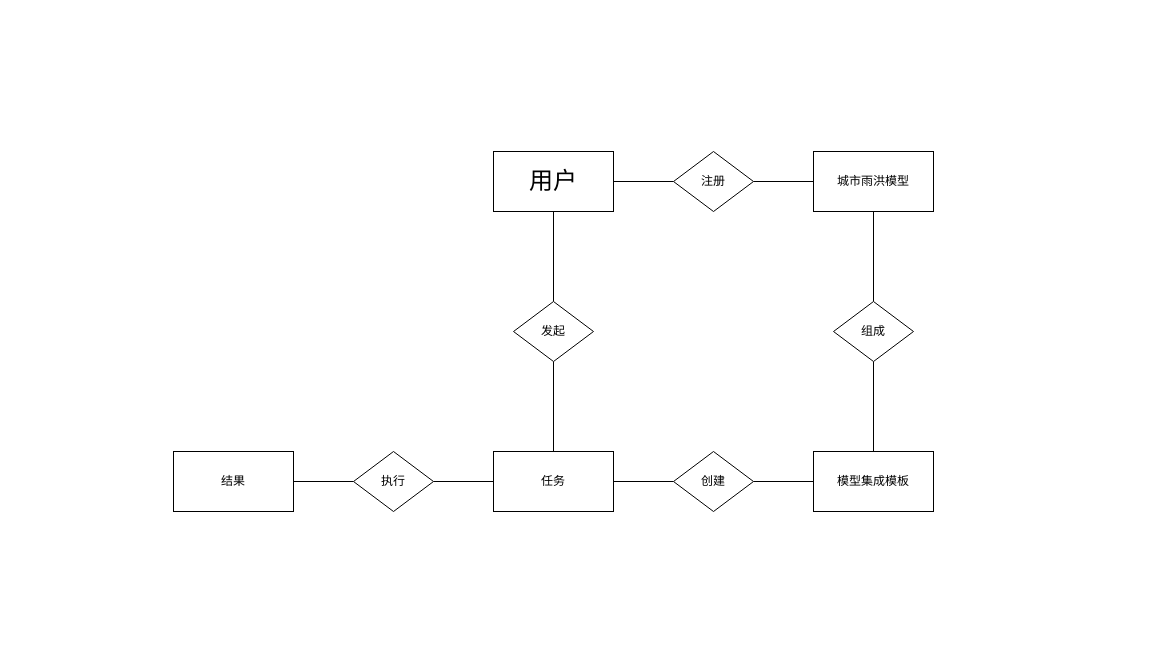
Before: E-R3.9.drawio in liujing-maker/IDEA, a draw.io diagram. Source tidied: cells renumbered, new cells numbered last; positions are measured from the earlier drawing's top-left corner, leaving out a move shared by most shapes. Both pictures are drawn from the tidied source at 100%, with x=0, y=0 at pixel (173, 151).
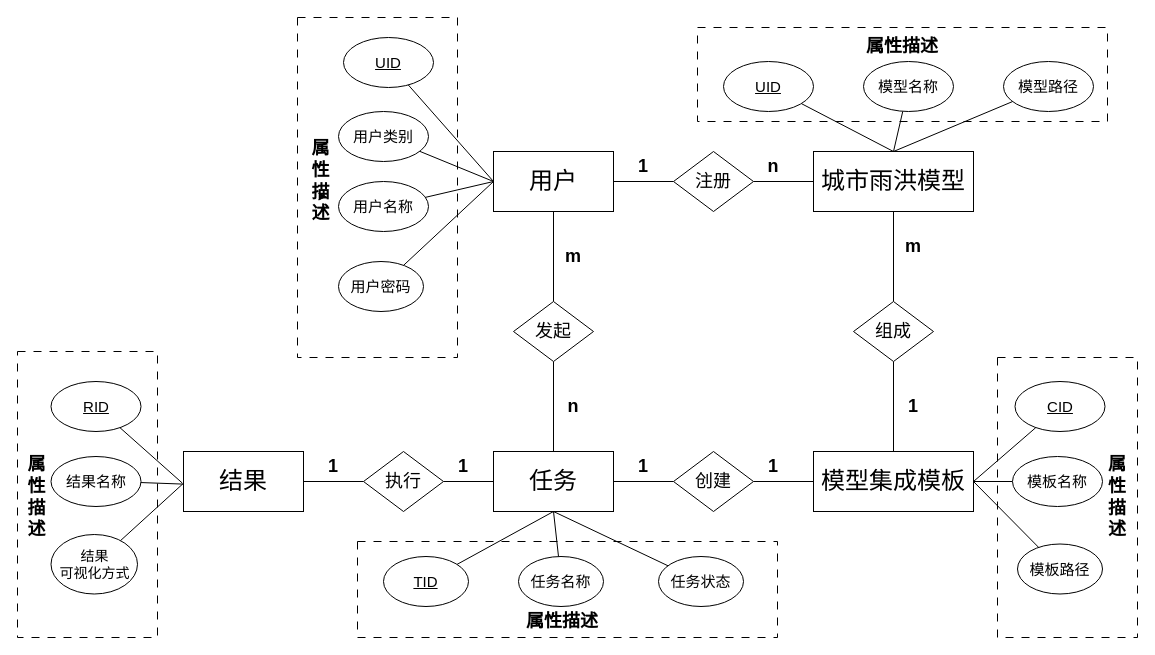
After the change.

Unchanged cells that the change refers to:
```xml
<mxCell id="4" value="&lt;font style=&quot;font-size: 24px;&quot;&gt;用户&lt;/font&gt;" style="rounded=0;whiteSpace=wrap;html=1;" parent="1" vertex="1">
  <mxGeometry x="320" width="120" height="60" as="geometry" />
</mxCell>
```

Change to the diagram source:
```diff
@@
+    <mxCell id="22" style="rounded=0;whiteSpace=wrap;html=1;fontFamily=Helvetica;fontSize=11;fontColor=default;labelBackgroundColor=default;dashed=1;dashPattern=8 8;" parent="1" vertex="1">
+      <mxGeometry x="124" y="-134" width="160" height="340" as="geometry" />
+    </mxCell>
+    <mxCell id="23" style="rounded=0;whiteSpace=wrap;html=1;fontFamily=Helvetica;fontSize=11;fontColor=default;labelBackgroundColor=default;dashed=1;dashPattern=8 8;" parent="1" vertex="1">
+      <mxGeometry x="-156" y="200" width="140" height="286" as="geometry" />
+    </mxCell>
+    <mxCell id="24" style="rounded=0;whiteSpace=wrap;html=1;fontFamily=Helvetica;fontSize=11;fontColor=default;labelBackgroundColor=default;dashed=1;dashPattern=8 8;" parent="1" vertex="1">
+      <mxGeometry x="184" y="390" width="420" height="96" as="geometry" />
+    </mxCell>
+    <mxCell id="25" style="rounded=0;whiteSpace=wrap;html=1;fontFamily=Helvetica;fontSize=11;fontColor=default;labelBackgroundColor=default;dashed=1;dashPattern=8 8;" parent="1" vertex="1">
+      <mxGeometry x="524" y="-124" width="410" height="94" as="geometry" />
+    </mxCell>
+    <mxCell id="26" style="rounded=0;whiteSpace=wrap;html=1;fontFamily=Helvetica;fontSize=11;fontColor=default;labelBackgroundColor=default;dashed=1;dashPattern=8 8;" parent="1" vertex="1">
+      <mxGeometry x="824" y="206" width="140" height="280" as="geometry" />
+    </mxCell>
@@
-    <mxCell id="6" value="任务" style="rounded=0;whiteSpace=wrap;html=1;" parent="1" vertex="1">
+    <mxCell id="6" value="&lt;font style=&quot;font-size: 24px;&quot;&gt;任务&lt;/font&gt;" style="rounded=0;whiteSpace=wrap;html=1;" parent="1" vertex="1">
       <mxGeometry x="320" y="300" width="120" height="60" as="geometry" />
     </mxCell>
@@
-    <mxCell id="8" value="模型集成模板" style="rounded=0;whiteSpace=wrap;html=1;" parent="1" vertex="1">
-      <mxGeometry x="640" y="300" width="120" height="60" as="geometry" />
+    <mxCell id="8" value="&lt;font style=&quot;font-size: 24px;&quot;&gt;模型集成模板&lt;/font&gt;" style="rounded=0;whiteSpace=wrap;html=1;" parent="1" vertex="1">
+      <mxGeometry x="640" y="300" width="160" height="60" as="geometry" />
     </mxCell>
@@
-    <mxCell id="10" value="城市雨洪模型" style="rounded=0;whiteSpace=wrap;html=1;" parent="1" vertex="1">
-      <mxGeometry x="640" width="120" height="60" as="geometry" />
+    <mxCell id="10" value="&lt;font style=&quot;font-size: 24px;&quot;&gt;城市雨洪模型&lt;/font&gt;" style="rounded=0;whiteSpace=wrap;html=1;" parent="1" vertex="1">
+      <mxGeometry x="640" width="160" height="60" as="geometry" />
     </mxCell>
@@
-    <mxCell id="12" value="注册" style="rhombus;whiteSpace=wrap;html=1;" parent="1" vertex="1">
+    <mxCell id="12" value="&lt;font style=&quot;font-size: 18px;&quot;&gt;注册&lt;/font&gt;" style="rhombus;whiteSpace=wrap;html=1;" parent="1" vertex="1">
       <mxGeometry x="500" width="80" height="60" as="geometry" />
     </mxCell>
@@
-    <mxCell id="14" value="组成" style="rhombus;whiteSpace=wrap;html=1;" parent="1" vertex="1">
-      <mxGeometry x="660" y="150" width="80" height="60" as="geometry" />
+    <mxCell id="14" value="&lt;font style=&quot;font-size: 18px;&quot;&gt;组成&lt;/font&gt;" style="rhombus;whiteSpace=wrap;html=1;" parent="1" vertex="1">
+      <mxGeometry x="680" y="150" width="80" height="60" as="geometry" />
     </mxCell>
@@
-    <mxCell id="16" value="创建" style="rhombus;whiteSpace=wrap;html=1;" parent="1" vertex="1">
+    <mxCell id="16" value="&lt;font style=&quot;font-size: 18px;&quot;&gt;创建&lt;/font&gt;" style="rhombus;whiteSpace=wrap;html=1;" parent="1" vertex="1">
       <mxGeometry x="500" y="300" width="80" height="60" as="geometry" />
     </mxCell>
@@
-    <mxCell id="18" value="执行" style="rhombus;whiteSpace=wrap;html=1;" parent="1" vertex="1">
-      <mxGeometry x="180" y="300" width="80" height="60" as="geometry" />
+    <mxCell id="18" value="&lt;font style=&quot;font-size: 18px;&quot;&gt;执行&lt;/font&gt;" style="rhombus;whiteSpace=wrap;html=1;" parent="1" vertex="1">
+      <mxGeometry x="190" y="300" width="80" height="60" as="geometry" />
     </mxCell>
-    <mxCell id="19" value="结果" style="rounded=0;whiteSpace=wrap;html=1;" parent="1" vertex="1">
-      <mxGeometry y="300" width="120" height="60" as="geometry" />
+    <mxCell id="19" value="&lt;font style=&quot;font-size: 24px;&quot;&gt;结果&lt;/font&gt;" style="rounded=0;whiteSpace=wrap;html=1;" parent="1" vertex="1">
+      <mxGeometry x="10" y="300" width="120" height="60" as="geometry" />
     </mxCell>
@@
-    <mxCell id="21" value="发起" style="rhombus;whiteSpace=wrap;html=1;" parent="1" vertex="1">
+    <mxCell id="21" value="&lt;font style=&quot;font-size: 18px;&quot;&gt;发起&lt;/font&gt;" style="rhombus;whiteSpace=wrap;html=1;" parent="1" vertex="1">
       <mxGeometry x="340" y="150" width="80" height="60" as="geometry" />
     </mxCell>
+    <mxCell id="27" value="&lt;font style=&quot;font-size: 18px;&quot;&gt;&lt;b&gt;m&lt;/b&gt;&lt;/font&gt;" style="text;html=1;align=center;verticalAlign=middle;whiteSpace=wrap;rounded=0;fontFamily=Helvetica;fontSize=11;fontColor=default;labelBackgroundColor=default;" parent="1" vertex="1">
+      <mxGeometry x="370" y="90" width="60" height="30" as="geometry" />
+    </mxCell>
+    <mxCell id="28" value="&lt;font style=&quot;font-size: 18px;&quot;&gt;&lt;b&gt;n&lt;/b&gt;&lt;/font&gt;" style="text;html=1;align=center;verticalAlign=middle;whiteSpace=wrap;rounded=0;fontFamily=Helvetica;fontSize=11;fontColor=default;labelBackgroundColor=default;" parent="1" vertex="1">
+      <mxGeometry x="370" y="240" width="60" height="30" as="geometry" />
+    </mxCell>
+    <mxCell id="29" value="&lt;font style=&quot;font-size: 18px;&quot;&gt;&lt;b&gt;1&lt;/b&gt;&lt;/font&gt;" style="text;html=1;align=center;verticalAlign=middle;whiteSpace=wrap;rounded=0;fontFamily=Helvetica;fontSize=11;fontColor=default;labelBackgroundColor=default;" parent="1" vertex="1">
+      <mxGeometry x="440" y="300" width="60" height="30" as="geometry" />
+    </mxCell>
+    <mxCell id="30" value="&lt;font style=&quot;font-size: 18px;&quot;&gt;&lt;b&gt;1&lt;/b&gt;&lt;/font&gt;" style="text;html=1;align=center;verticalAlign=middle;whiteSpace=wrap;rounded=0;fontFamily=Helvetica;fontSize=11;fontColor=default;labelBackgroundColor=default;" parent="1" vertex="1">
+      <mxGeometry x="570" y="300" width="60" height="30" as="geometry" />
+    </mxCell>
+    <mxCell id="31" value="&lt;font style=&quot;font-size: 18px;&quot;&gt;&lt;b&gt;1&lt;/b&gt;&lt;/font&gt;" style="text;html=1;align=center;verticalAlign=middle;whiteSpace=wrap;rounded=0;fontFamily=Helvetica;fontSize=11;fontColor=default;labelBackgroundColor=default;" parent="1" vertex="1">
+      <mxGeometry x="710" y="240" width="60" height="30" as="geometry" />
+    </mxCell>
+    <mxCell id="32" value="&lt;font style=&quot;font-size: 18px;&quot;&gt;&lt;b&gt;m&lt;/b&gt;&lt;/font&gt;" style="text;html=1;align=center;verticalAlign=middle;whiteSpace=wrap;rounded=0;fontFamily=Helvetica;fontSize=11;fontColor=default;labelBackgroundColor=default;" parent="1" vertex="1">
+      <mxGeometry x="710" y="80" width="60" height="30" as="geometry" />
+    </mxCell>
+    <mxCell id="33" value="&lt;font style=&quot;font-size: 18px;&quot;&gt;&lt;b&gt;1&lt;/b&gt;&lt;/font&gt;" style="text;html=1;align=center;verticalAlign=middle;whiteSpace=wrap;rounded=0;fontFamily=Helvetica;fontSize=11;fontColor=default;labelBackgroundColor=default;" parent="1" vertex="1">
+      <mxGeometry x="260" y="300" width="60" height="30" as="geometry" />
+    </mxCell>
+    <mxCell id="34" value="&lt;font style=&quot;font-size: 18px;&quot;&gt;&lt;b&gt;1&lt;/b&gt;&lt;/font&gt;" style="text;html=1;align=center;verticalAlign=middle;whiteSpace=wrap;rounded=0;fontFamily=Helvetica;fontSize=11;fontColor=default;labelBackgroundColor=default;" parent="1" vertex="1">
+      <mxGeometry x="130" y="300" width="60" height="30" as="geometry" />
+    </mxCell>
+    <mxCell id="35" value="&lt;font style=&quot;font-size: 18px;&quot;&gt;&lt;b&gt;1&lt;/b&gt;&lt;/font&gt;" style="text;html=1;align=center;verticalAlign=middle;whiteSpace=wrap;rounded=0;fontFamily=Helvetica;fontSize=11;fontColor=default;labelBackgroundColor=default;" parent="1" vertex="1">
+      <mxGeometry x="440" width="60" height="30" as="geometry" />
+    </mxCell>
+    <mxCell id="36" value="&lt;font style=&quot;font-size: 18px;&quot;&gt;&lt;b&gt;n&lt;/b&gt;&lt;/font&gt;" style="text;html=1;align=center;verticalAlign=middle;whiteSpace=wrap;rounded=0;fontFamily=Helvetica;fontSize=11;fontColor=default;labelBackgroundColor=default;" parent="1" vertex="1">
+      <mxGeometry x="570" width="60" height="30" as="geometry" />
+    </mxCell>
+    <mxCell id="37" style="edgeStyle=none;rounded=0;jettySize=auto;html=1;entryX=0;entryY=0.5;entryDx=0;entryDy=0;strokeColor=default;align=center;verticalAlign=middle;fontFamily=Helvetica;fontSize=11;fontColor=default;labelBackgroundColor=default;endArrow=none;endFill=0;" parent="1" edge="1" source="38" target="4">
+      <mxGeometry relative="1" as="geometry" />
+    </mxCell>
+    <mxCell id="38" value="&lt;font style=&quot;font-size: 15px;&quot;&gt;&lt;u&gt;UID&lt;/u&gt;&lt;/font&gt;" style="ellipse;whiteSpace=wrap;html=1;fontFamily=Helvetica;fontSize=11;fontColor=default;labelBackgroundColor=default;" parent="1" vertex="1">
+      <mxGeometry x="170" y="-114" width="90" height="50" as="geometry" />
+    </mxCell>
+    <mxCell id="39" style="edgeStyle=none;rounded=0;jettySize=auto;html=1;strokeColor=default;align=center;verticalAlign=middle;fontFamily=Helvetica;fontSize=11;fontColor=default;labelBackgroundColor=default;endArrow=none;endFill=0;entryX=0;entryY=0.5;entryDx=0;entryDy=0;" parent="1" edge="1" source="40" target="4">
+      <mxGeometry relative="1" as="geometry" />
+    </mxCell>
+    <mxCell id="40" value="&lt;font style=&quot;font-size: 15px;&quot;&gt;用户名称&lt;/font&gt;" style="ellipse;whiteSpace=wrap;html=1;fontFamily=Helvetica;fontSize=11;fontColor=default;labelBackgroundColor=default;" parent="1" vertex="1">
+      <mxGeometry x="165" y="30" width="90" height="50" as="geometry" />
+    </mxCell>
+    <mxCell id="41" style="edgeStyle=none;rounded=0;jettySize=auto;html=1;entryX=0;entryY=0.5;entryDx=0;entryDy=0;strokeColor=default;align=center;verticalAlign=middle;fontFamily=Helvetica;fontSize=11;fontColor=default;labelBackgroundColor=default;endArrow=none;endFill=0;" parent="1" edge="1" source="42" target="4">
+      <mxGeometry relative="1" as="geometry" />
+    </mxCell>
+    <mxCell id="42" value="&lt;font style=&quot;font-size: 15px;&quot;&gt;用户密码&lt;/font&gt;" style="ellipse;whiteSpace=wrap;html=1;fontFamily=Helvetica;fontSize=11;fontColor=default;labelBackgroundColor=default;" parent="1" vertex="1">
+      <mxGeometry x="165" y="110" width="85" height="50" as="geometry" />
+    </mxCell>
+    <mxCell id="43" style="edgeStyle=none;rounded=0;jettySize=auto;html=1;entryX=0.5;entryY=0;entryDx=0;entryDy=0;strokeColor=default;align=center;verticalAlign=middle;fontFamily=Helvetica;fontSize=11;fontColor=default;labelBackgroundColor=default;endArrow=none;endFill=0;" parent="1" edge="1" source="44" target="10">
+      <mxGeometry relative="1" as="geometry" />
+    </mxCell>
+    <mxCell id="44" value="&lt;font style=&quot;font-size: 15px;&quot;&gt;&lt;u&gt;UID&lt;/u&gt;&lt;/font&gt;" style="ellipse;whiteSpace=wrap;html=1;fontFamily=Helvetica;fontSize=11;fontColor=default;labelBackgroundColor=default;" parent="1" vertex="1">
+      <mxGeometry x="550" y="-90" width="90" height="50" as="geometry" />
+    </mxCell>
+    <mxCell id="45" style="edgeStyle=none;rounded=0;jettySize=auto;html=1;entryX=0.5;entryY=0;entryDx=0;entryDy=0;strokeColor=default;align=center;verticalAlign=middle;fontFamily=Helvetica;fontSize=11;fontColor=default;labelBackgroundColor=default;endArrow=none;endFill=0;" parent="1" edge="1" source="46" target="10">
+      <mxGeometry relative="1" as="geometry" />
+    </mxCell>
+    <mxCell id="46" value="&lt;font style=&quot;font-size: 15px;&quot;&gt;模型名称&lt;/font&gt;" style="ellipse;whiteSpace=wrap;html=1;fontFamily=Helvetica;fontSize=11;fontColor=default;labelBackgroundColor=default;" parent="1" vertex="1">
+      <mxGeometry x="690" y="-90" width="90" height="50" as="geometry" />
+    </mxCell>
+    <mxCell id="47" style="edgeStyle=none;rounded=0;jettySize=auto;html=1;entryX=0.5;entryY=0;entryDx=0;entryDy=0;strokeColor=default;align=center;verticalAlign=middle;fontFamily=Helvetica;fontSize=11;fontColor=default;labelBackgroundColor=default;endArrow=none;endFill=0;" parent="1" edge="1" source="48" target="10">
+      <mxGeometry relative="1" as="geometry" />
+    </mxCell>
+    <mxCell id="48" value="&lt;font style=&quot;font-size: 15px;&quot;&gt;模型路径&lt;/font&gt;" style="ellipse;whiteSpace=wrap;html=1;fontFamily=Helvetica;fontSize=11;fontColor=default;labelBackgroundColor=default;" parent="1" vertex="1">
+      <mxGeometry x="830" y="-90" width="90" height="50" as="geometry" />
+    </mxCell>
+    <mxCell id="49" value="&lt;font style=&quot;font-size: 15px;&quot;&gt;&lt;u&gt;RID&lt;/u&gt;&lt;/font&gt;" style="ellipse;whiteSpace=wrap;html=1;fontFamily=Helvetica;fontSize=11;fontColor=default;labelBackgroundColor=default;" parent="1" vertex="1">
+      <mxGeometry x="-122.5" y="230" width="90" height="50" as="geometry" />
+    </mxCell>
+    <mxCell id="50" value="&lt;font style=&quot;font-size: 15px;&quot;&gt;结果名称&lt;/font&gt;" style="ellipse;whiteSpace=wrap;html=1;fontFamily=Helvetica;fontSize=11;fontColor=default;labelBackgroundColor=default;" parent="1" vertex="1">
+      <mxGeometry x="-122.5" y="305" width="90" height="50" as="geometry" />
+    </mxCell>
+    <mxCell id="51" value="&lt;font style=&quot;font-size: 14px;&quot;&gt;结果&lt;/font&gt;&lt;div&gt;&lt;font style=&quot;font-size: 14px;&quot;&gt;可视化方式&lt;/font&gt;&lt;/div&gt;" style="ellipse;whiteSpace=wrap;html=1;fontFamily=Helvetica;fontSize=11;fontColor=default;labelBackgroundColor=default;" parent="1" vertex="1">
+      <mxGeometry x="-122.5" y="383" width="86.5" height="59.5" as="geometry" />
+    </mxCell>
+    <mxCell id="52" style="edgeStyle=none;rounded=0;jettySize=auto;html=1;strokeColor=default;align=center;verticalAlign=middle;fontFamily=Helvetica;fontSize=11;fontColor=default;labelBackgroundColor=default;endArrow=none;endFill=0;entryX=-0.01;entryY=0.526;entryDx=0;entryDy=0;entryPerimeter=0;" parent="1" edge="1" source="49" target="19">
+      <mxGeometry relative="1" as="geometry" />
+    </mxCell>
+    <mxCell id="53" style="edgeStyle=none;rounded=0;jettySize=auto;html=1;strokeColor=default;align=center;verticalAlign=middle;fontFamily=Helvetica;fontSize=11;fontColor=default;labelBackgroundColor=default;endArrow=none;endFill=0;entryX=-0.006;entryY=0.543;entryDx=0;entryDy=0;entryPerimeter=0;" parent="1" edge="1" source="50" target="19">
+      <mxGeometry relative="1" as="geometry" />
+    </mxCell>
+    <mxCell id="54" style="edgeStyle=none;rounded=0;jettySize=auto;html=1;strokeColor=default;align=center;verticalAlign=middle;fontFamily=Helvetica;fontSize=11;fontColor=default;labelBackgroundColor=default;endArrow=none;endFill=0;entryX=-0.002;entryY=0.533;entryDx=0;entryDy=0;entryPerimeter=0;" parent="1" edge="1" source="51" target="19">
+      <mxGeometry relative="1" as="geometry" />
+    </mxCell>
+    <mxCell id="55" style="edgeStyle=none;rounded=0;jettySize=auto;html=1;entryX=0.5;entryY=1;entryDx=0;entryDy=0;strokeColor=default;align=center;verticalAlign=middle;fontFamily=Helvetica;fontSize=11;fontColor=default;labelBackgroundColor=default;endArrow=none;endFill=0;" parent="1" edge="1" source="56" target="6">
+      <mxGeometry relative="1" as="geometry" />
+    </mxCell>
+    <mxCell id="56" value="&lt;font style=&quot;font-size: 15px;&quot;&gt;&lt;u&gt;TID&lt;/u&gt;&lt;/font&gt;" style="ellipse;whiteSpace=wrap;html=1;fontFamily=Helvetica;fontSize=11;fontColor=default;labelBackgroundColor=default;" parent="1" vertex="1">
+      <mxGeometry x="210" y="405" width="85" height="50" as="geometry" />
+    </mxCell>
+    <mxCell id="57" style="edgeStyle=none;rounded=0;jettySize=auto;html=1;entryX=0.5;entryY=1;entryDx=0;entryDy=0;strokeColor=default;align=center;verticalAlign=middle;fontFamily=Helvetica;fontSize=11;fontColor=default;labelBackgroundColor=default;endArrow=none;endFill=0;" parent="1" edge="1" source="58" target="6">
+      <mxGeometry relative="1" as="geometry" />
+    </mxCell>
+    <mxCell id="58" value="&lt;font style=&quot;font-size: 15px;&quot;&gt;任务名称&lt;/font&gt;" style="ellipse;whiteSpace=wrap;html=1;fontFamily=Helvetica;fontSize=11;fontColor=default;labelBackgroundColor=default;" parent="1" vertex="1">
+      <mxGeometry x="345" y="405" width="85" height="50" as="geometry" />
+    </mxCell>
+    <mxCell id="59" style="edgeStyle=none;rounded=0;jettySize=auto;html=1;entryX=0.5;entryY=1;entryDx=0;entryDy=0;strokeColor=default;align=center;verticalAlign=middle;fontFamily=Helvetica;fontSize=11;fontColor=default;labelBackgroundColor=default;endArrow=none;endFill=0;" parent="1" edge="1" source="60" target="6">
+      <mxGeometry relative="1" as="geometry" />
+    </mxCell>
+    <mxCell id="60" value="&lt;font style=&quot;font-size: 15px;&quot;&gt;任务状态&lt;/font&gt;" style="ellipse;whiteSpace=wrap;html=1;fontFamily=Helvetica;fontSize=11;fontColor=default;labelBackgroundColor=default;" parent="1" vertex="1">
+      <mxGeometry x="485" y="405" width="85" height="50" as="geometry" />
+    </mxCell>
+    <mxCell id="61" style="edgeStyle=none;rounded=0;jettySize=auto;html=1;entryX=1;entryY=0.5;entryDx=0;entryDy=0;strokeColor=default;align=center;verticalAlign=middle;fontFamily=Helvetica;fontSize=11;fontColor=default;labelBackgroundColor=default;endArrow=none;endFill=0;" parent="1" edge="1" source="62" target="8">
+      <mxGeometry relative="1" as="geometry" />
+    </mxCell>
+    <mxCell id="62" value="&lt;font style=&quot;font-size: 15px;&quot;&gt;&lt;u&gt;CID&lt;/u&gt;&lt;/font&gt;" style="ellipse;whiteSpace=wrap;html=1;fontFamily=Helvetica;fontSize=11;fontColor=default;labelBackgroundColor=default;" parent="1" vertex="1">
+      <mxGeometry x="841.5" y="230" width="90" height="50" as="geometry" />
+    </mxCell>
+    <mxCell id="63" style="edgeStyle=none;rounded=0;jettySize=auto;html=1;entryX=1;entryY=0.5;entryDx=0;entryDy=0;strokeColor=default;align=center;verticalAlign=middle;fontFamily=Helvetica;fontSize=11;fontColor=default;labelBackgroundColor=default;endArrow=none;endFill=0;" parent="1" edge="1" source="64" target="8">
+      <mxGeometry relative="1" as="geometry" />
+    </mxCell>
+    <mxCell id="64" value="&lt;font style=&quot;font-size: 15px;&quot;&gt;模板名称&lt;/font&gt;" style="ellipse;whiteSpace=wrap;html=1;fontFamily=Helvetica;fontSize=11;fontColor=default;labelBackgroundColor=default;" parent="1" vertex="1">
+      <mxGeometry x="839" y="305" width="90" height="50" as="geometry" />
+    </mxCell>
+    <mxCell id="65" value="&lt;font style=&quot;font-size: 15px;&quot;&gt;模板路径&lt;/font&gt;" style="ellipse;whiteSpace=wrap;html=1;fontFamily=Helvetica;fontSize=11;fontColor=default;labelBackgroundColor=default;" parent="1" vertex="1">
+      <mxGeometry x="844" y="392.5" width="85" height="50" as="geometry" />
+    </mxCell>
+    <mxCell id="66" style="edgeStyle=none;rounded=0;jettySize=auto;html=1;strokeColor=default;align=center;verticalAlign=middle;fontFamily=Helvetica;fontSize=11;fontColor=default;labelBackgroundColor=default;endArrow=none;endFill=0;" parent="1" edge="1" source="65">
+      <mxGeometry relative="1" as="geometry">
+        <mxPoint x="800" y="330" as="targetPoint" />
+      </mxGeometry>
+    </mxCell>
+    <mxCell id="67" value="&lt;font size=&quot;1&quot; style=&quot;&quot;&gt;&lt;b style=&quot;font-size: 18px;&quot;&gt;属性描述&lt;/b&gt;&lt;/font&gt;" style="text;html=1;align=center;verticalAlign=middle;whiteSpace=wrap;rounded=0;fontFamily=Helvetica;fontSize=11;fontColor=default;labelBackgroundColor=default;" parent="1" vertex="1">
+      <mxGeometry x="684" y="-120" width="90" height="30" as="geometry" />
+    </mxCell>
+    <mxCell id="68" value="&lt;b style=&quot;font-size: 18px;&quot;&gt;属性描述&lt;/b&gt;" style="text;html=1;align=center;verticalAlign=middle;whiteSpace=wrap;rounded=0;fontFamily=Helvetica;fontSize=11;fontColor=default;labelBackgroundColor=default;" parent="1" vertex="1">
+      <mxGeometry x="934" y="331" width="20" height="30" as="geometry" />
+    </mxCell>
+    <mxCell id="69" value="&lt;b style=&quot;font-size: 18px;&quot;&gt;属性描述&lt;/b&gt;" style="text;html=1;align=center;verticalAlign=middle;whiteSpace=wrap;rounded=0;fontFamily=Helvetica;fontSize=11;fontColor=default;labelBackgroundColor=default;" parent="1" vertex="1">
+      <mxGeometry x="327" y="455" width="124" height="30" as="geometry" />
+    </mxCell>
+    <mxCell id="70" value="&lt;b style=&quot;font-size: 18px;&quot;&gt;属性描述&lt;/b&gt;" style="text;html=1;align=center;verticalAlign=middle;whiteSpace=wrap;rounded=0;fontFamily=Helvetica;fontSize=11;fontColor=default;labelBackgroundColor=default;" parent="1" vertex="1">
+      <mxGeometry x="-150" y="331" width="26.5" height="30" as="geometry" />
+    </mxCell>
+    <mxCell id="71" value="&lt;b style=&quot;font-size: 18px;&quot;&gt;属性描述&lt;/b&gt;" style="text;html=1;align=center;verticalAlign=middle;whiteSpace=wrap;rounded=0;fontFamily=Helvetica;fontSize=11;fontColor=default;labelBackgroundColor=default;" parent="1" vertex="1">
+      <mxGeometry x="133.5" y="15" width="26.5" height="30" as="geometry" />
+    </mxCell>
+    <mxCell id="72" style="edgeStyle=none;rounded=0;orthogonalLoop=1;jettySize=auto;html=1;exitX=0.5;exitY=1;exitDx=0;exitDy=0;entryX=0.75;entryY=1;entryDx=0;entryDy=0;strokeColor=default;align=center;verticalAlign=middle;fontFamily=Helvetica;fontSize=11;fontColor=default;labelBackgroundColor=default;endArrow=classic;" parent="1" edge="1" source="71" target="71">
+      <mxGeometry relative="1" as="geometry" />
+    </mxCell>
+    <mxCell id="73" style="edgeStyle=none;rounded=0;jettySize=auto;html=1;entryX=0;entryY=0.5;entryDx=0;entryDy=0;strokeColor=default;align=center;verticalAlign=middle;fontFamily=Helvetica;fontSize=11;fontColor=default;labelBackgroundColor=default;endArrow=none;endFill=0;" parent="1" edge="1" source="74" target="4">
+      <mxGeometry relative="1" as="geometry" />
+    </mxCell>
+    <mxCell id="74" value="&lt;font style=&quot;font-size: 15px;&quot;&gt;用户类别&lt;/font&gt;" style="ellipse;whiteSpace=wrap;html=1;fontFamily=Helvetica;fontSize=11;fontColor=default;labelBackgroundColor=default;" parent="1" vertex="1">
+      <mxGeometry x="165" y="-40" width="90" height="50" as="geometry" />
+    </mxCell>
```
